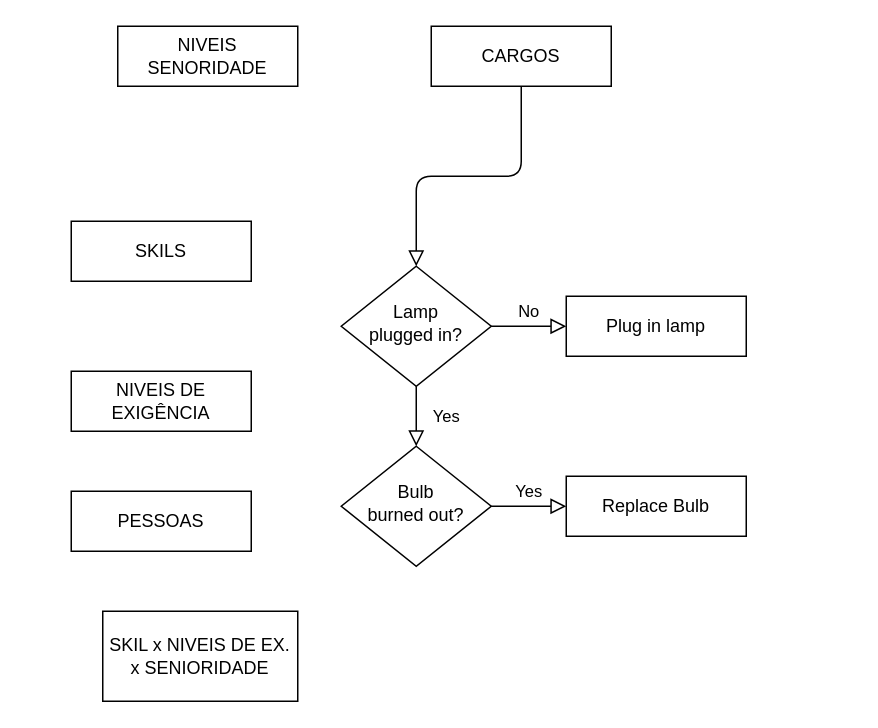
Earlier version of the draw.io diagram Untitled Diagram.drawio (nat-1501/projeto-site). Source tidied: cells renumbered, new cells numbered last; positions are measured from the earlier drawing's top-left corner, leaving out a move shared by most shapes. Both pictures are drawn from the tidied source at 150%, with x=0, y=0 at pixel (70, 26).
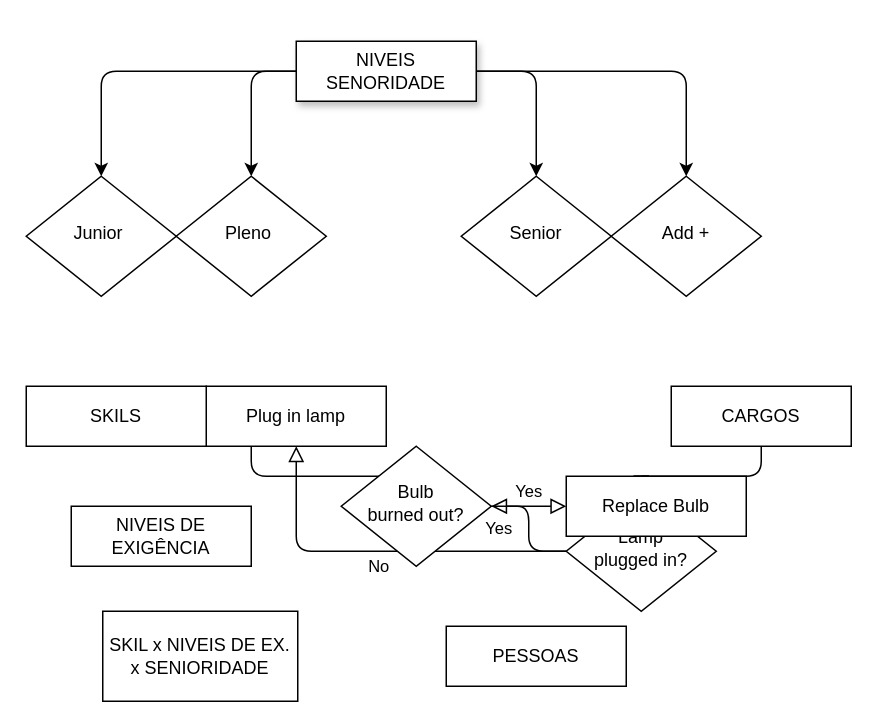
Above is the later version.

Commit message:
Incluindo atributos em Niveis de senioridade

The change refers to these unchanged cells:
```xml
<mxCell id="9" value="Bulb&lt;br&gt;burned out?" style="rhombus;whiteSpace=wrap;html=1;shadow=0;fontFamily=Helvetica;fontSize=12;align=center;strokeWidth=1;spacing=6;spacingTop=-4;" parent="1" vertex="1">
  <mxGeometry x="180" y="280" width="100" height="80" as="geometry" />
</mxCell>
```

Change to the diagram source:
```diff
@@
     <mxCell id="3" value="CARGOS" style="whiteSpace=wrap;html=1;fontSize=12;glass=0;strokeWidth=1;shadow=0;" parent="1" vertex="1">
-      <mxGeometry x="240" width="120" height="40" as="geometry" />
+      <mxGeometry x="400" y="240" width="120" height="40" as="geometry" />
     </mxCell>
@@
     <mxCell id="6" value="Lamp&lt;br&gt;plugged in?" style="rhombus;whiteSpace=wrap;html=1;shadow=0;fontFamily=Helvetica;fontSize=12;align=center;strokeWidth=1;spacing=6;spacingTop=-4;" parent="1" vertex="1">
-      <mxGeometry x="180" y="160" width="100" height="80" as="geometry" />
+      <mxGeometry x="330" y="310" width="100" height="80" as="geometry" />
     </mxCell>
+    <mxCell id="16" style="edgeStyle=orthogonalEdgeStyle;curved=0;rounded=1;sketch=0;jettySize=auto;html=1;exitX=0.25;exitY=1;exitDx=0;exitDy=0;" parent="1" edge="1" source="7" target="9">
+      <mxGeometry relative="1" as="geometry" />
+    </mxCell>
     <mxCell id="7" value="Plug in lamp" style="whiteSpace=wrap;html=1;fontSize=12;glass=0;strokeWidth=1;shadow=0;" parent="1" vertex="1">
-      <mxGeometry x="330" y="180" width="120" height="40" as="geometry" />
+      <mxGeometry x="90" y="240" width="120" height="40" as="geometry" />
     </mxCell>
@@
+    <mxCell id="17" style="edgeStyle=orthogonalEdgeStyle;curved=0;rounded=1;sketch=0;jettySize=auto;html=1;" parent="1" edge="1" source="11" target="21">
+      <mxGeometry relative="1" as="geometry">
+        <Array as="points">
+          <mxPoint x="20" y="30" />
+        </Array>
+      </mxGeometry>
+    </mxCell>
+    <mxCell id="18" style="edgeStyle=orthogonalEdgeStyle;curved=0;rounded=1;sketch=0;jettySize=auto;html=1;" parent="1" edge="1" source="11" target="22">
+      <mxGeometry relative="1" as="geometry">
+        <Array as="points">
+          <mxPoint x="120" y="70" />
+          <mxPoint x="120" y="70" />
+        </Array>
+      </mxGeometry>
+    </mxCell>
+    <mxCell id="19" style="edgeStyle=orthogonalEdgeStyle;curved=0;rounded=1;sketch=0;jettySize=auto;html=1;exitX=1;exitY=0.5;exitDx=0;exitDy=0;entryX=0.5;entryY=0;entryDx=0;entryDy=0;" parent="1" edge="1" source="11" target="23">
+      <mxGeometry relative="1" as="geometry">
+        <Array as="points">
+          <mxPoint x="310" y="30" />
+        </Array>
+      </mxGeometry>
+    </mxCell>
+    <mxCell id="20" style="edgeStyle=orthogonalEdgeStyle;curved=0;rounded=1;sketch=0;jettySize=auto;html=1;entryX=0.5;entryY=0;entryDx=0;entryDy=0;" parent="1" edge="1" source="11" target="24">
+      <mxGeometry relative="1" as="geometry" />
+    </mxCell>
-    <mxCell id="11" value="NIVEIS SENORIDADE" style="whiteSpace=wrap;html=1;fontSize=12;glass=0;strokeWidth=1;shadow=0;" parent="1" vertex="1">
-      <mxGeometry x="31" width="120" height="40" as="geometry" />
+    <mxCell id="11" value="NIVEIS SENORIDADE" style="whiteSpace=wrap;html=1;fontSize=12;glass=0;strokeWidth=1;shadow=1;strokeColor=#000000;" parent="1" vertex="1">
+      <mxGeometry x="150" y="10" width="120" height="40" as="geometry" />
     </mxCell>
     <mxCell id="12" value="SKILS" style="whiteSpace=wrap;html=1;fontSize=12;glass=0;strokeWidth=1;shadow=0;" parent="1" vertex="1">
-      <mxGeometry y="130" width="120" height="40" as="geometry" />
+      <mxGeometry x="-30" y="240" width="120" height="40" as="geometry" />
     </mxCell>
     <mxCell id="13" value="NIVEIS DE EXIGÊNCIA" style="whiteSpace=wrap;html=1;fontSize=12;glass=0;strokeWidth=1;shadow=0;" parent="1" vertex="1">
-      <mxGeometry y="230" width="120" height="40" as="geometry" />
+      <mxGeometry y="320" width="120" height="40" as="geometry" />
     </mxCell>
     <mxCell id="14" value="PESSOAS" style="whiteSpace=wrap;html=1;fontSize=12;glass=0;strokeWidth=1;shadow=0;" parent="1" vertex="1">
-      <mxGeometry y="310" width="120" height="40" as="geometry" />
+      <mxGeometry x="250" y="400" width="120" height="40" as="geometry" />
     </mxCell>
@@
+    <mxCell id="21" value="Junior&amp;nbsp;" style="rhombus;whiteSpace=wrap;html=1;shadow=0;fontFamily=Helvetica;fontSize=12;align=center;strokeWidth=1;spacing=6;spacingTop=-4;" parent="1" vertex="1">
+      <mxGeometry x="-30" y="100" width="100" height="80" as="geometry" />
+    </mxCell>
+    <mxCell id="22" value="Pleno&amp;nbsp;" style="rhombus;whiteSpace=wrap;html=1;shadow=0;fontFamily=Helvetica;fontSize=12;align=center;strokeWidth=1;spacing=6;spacingTop=-4;" parent="1" vertex="1">
+      <mxGeometry x="70" y="100" width="100" height="80" as="geometry" />
+    </mxCell>
+    <mxCell id="23" value="Senior" style="rhombus;whiteSpace=wrap;html=1;shadow=0;fontFamily=Helvetica;fontSize=12;align=center;strokeWidth=1;spacing=6;spacingTop=-4;" parent="1" vertex="1">
+      <mxGeometry x="260" y="100" width="100" height="80" as="geometry" />
+    </mxCell>
+    <mxCell id="24" value="Add +" style="rhombus;whiteSpace=wrap;html=1;shadow=0;fontFamily=Helvetica;fontSize=12;align=center;strokeWidth=1;spacing=6;spacingTop=-4;" parent="1" vertex="1">
+      <mxGeometry x="360" y="100" width="100" height="80" as="geometry" />
+    </mxCell>
```
